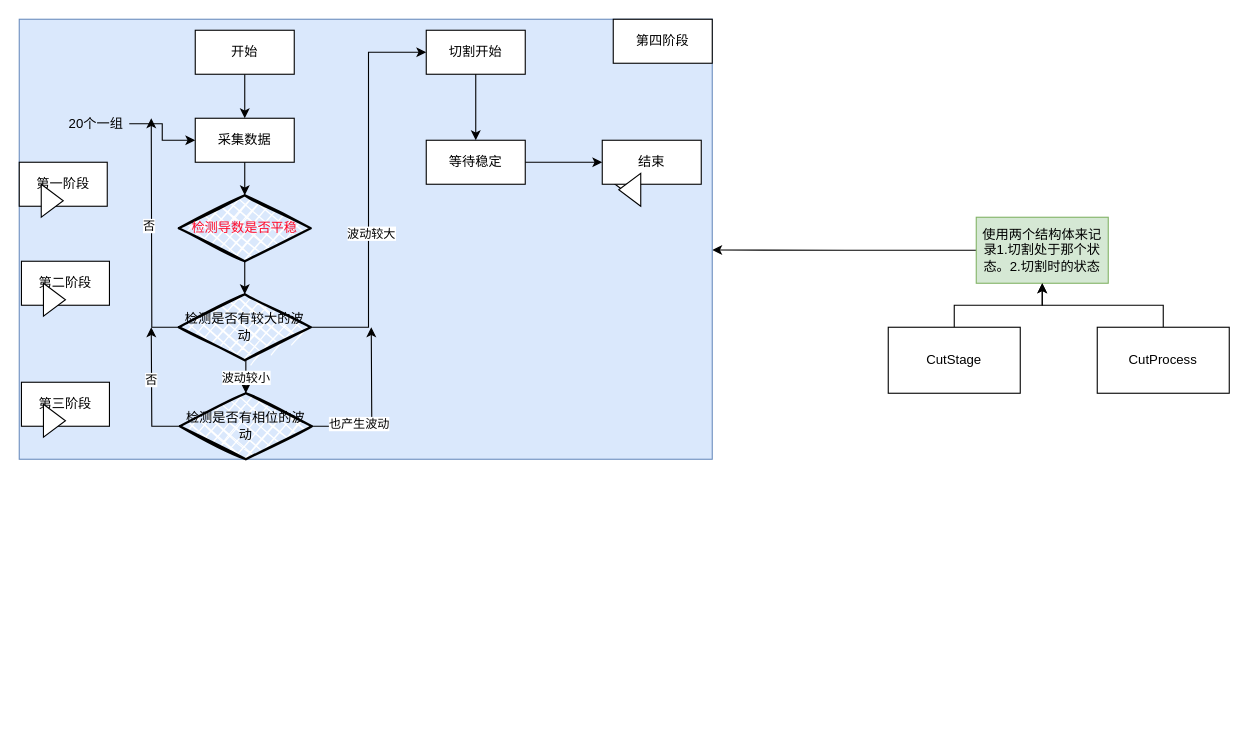
The draw.io diagram 未命名绘图.drawio in k52823/kong, before the edit. Source tidied: cells renumbered, new cells numbered last; positions are measured from the earlier drawing's top-left corner, leaving out a move shared by most shapes. Both pictures are drawn from the tidied source at 110%, with x=0, y=0 at pixel (19, 19).
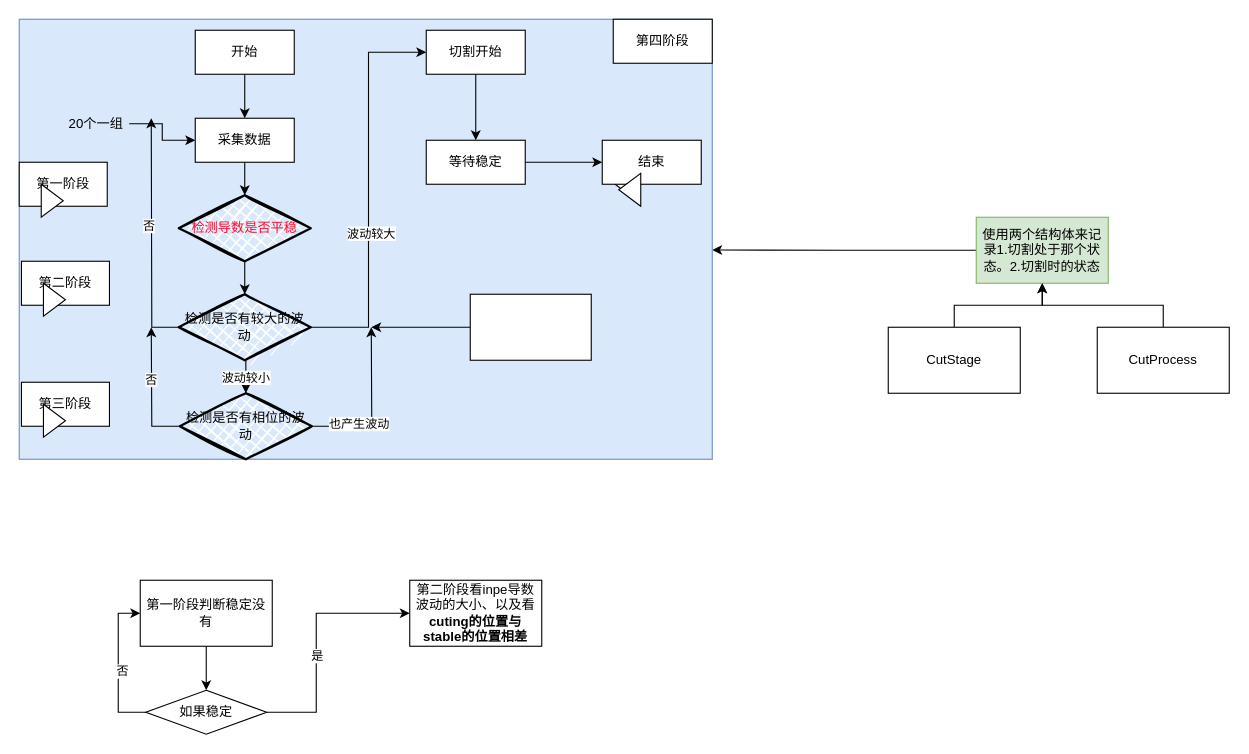
The same page after the edit.

The change refers to these unchanged cells:
```xml
<mxCell id="8" style="group;fillColor=#dae8fc;strokeColor=#6c8ebf;" parent="1" vertex="1">
  <mxGeometry width="630" height="400" as="geometry" />
</mxCell>
```

The edit, as a diff of the source:
```diff
@@
+    <mxCell id="43" style="edgeStyle=orthogonalEdgeStyle;rounded=0;jettySize=auto;html=1;" parent="8" edge="1" source="44">
+      <mxGeometry relative="1" as="geometry">
+        <mxPoint x="320" y="280" as="targetPoint" />
+      </mxGeometry>
+    </mxCell>
+    <mxCell id="44" style="rounded=0;whiteSpace=wrap;html=1;" parent="8" vertex="1">
+      <mxGeometry x="410" y="250" width="110" height="60" as="geometry" />
+    </mxCell>
+    <mxCell id="45" style="edgeStyle=orthogonalEdgeStyle;rounded=0;jettySize=auto;html=1;exitX=0.5;exitY=1;exitDx=0;exitDy=0;entryX=0.5;entryY=0;entryDx=0;entryDy=0;" parent="1" edge="1" source="46" target="52">
+      <mxGeometry relative="1" as="geometry" />
+    </mxCell>
+    <mxCell id="46" value="第一阶段判断稳定没有" style="rounded=0;whiteSpace=wrap;html=1;" parent="1" vertex="1">
+      <mxGeometry x="110" y="510" width="120" height="60" as="geometry" />
+    </mxCell>
+    <mxCell id="47" value="第二阶段看inpe导数波动的大小、以及看&lt;b&gt;cuting的位置与stable的位置相差&lt;/b&gt;" style="rounded=0;whiteSpace=wrap;html=1;" parent="1" vertex="1">
+      <mxGeometry x="355" y="510" width="120" height="60" as="geometry" />
+    </mxCell>
+    <mxCell id="48" style="edgeStyle=orthogonalEdgeStyle;rounded=0;jettySize=auto;html=1;exitX=1;exitY=0.5;exitDx=0;exitDy=0;entryX=0;entryY=0.5;entryDx=0;entryDy=0;" parent="1" edge="1" source="52" target="47">
+      <mxGeometry relative="1" as="geometry">
+        <Array as="points">
+          <mxPoint x="270" y="630" />
+          <mxPoint x="270" y="540" />
+        </Array>
+      </mxGeometry>
+    </mxCell>
+    <mxCell id="49" value="是" style="edgeLabel;html=1;align=center;verticalAlign=middle;" parent="48" vertex="1">
+      <mxGeometry x="-0.12" relative="1" as="geometry" />
+    </mxCell>
+    <mxCell id="50" style="edgeStyle=orthogonalEdgeStyle;rounded=0;jettySize=auto;html=1;exitX=0;exitY=0.5;exitDx=0;exitDy=0;entryX=0;entryY=0.5;entryDx=0;entryDy=0;" parent="1" edge="1" source="52" target="46">
+      <mxGeometry relative="1" as="geometry" />
+    </mxCell>
+    <mxCell id="51" value="否" style="edgeLabel;html=1;align=center;verticalAlign=middle;" parent="50" vertex="1">
+      <mxGeometry x="-0.06" y="-3" relative="1" as="geometry" />
+    </mxCell>
+    <mxCell id="52" value="如果稳定" style="rhombus;whiteSpace=wrap;html=1;" parent="1" vertex="1">
+      <mxGeometry x="115" y="610" width="110" height="40" as="geometry" />
+    </mxCell>
```
